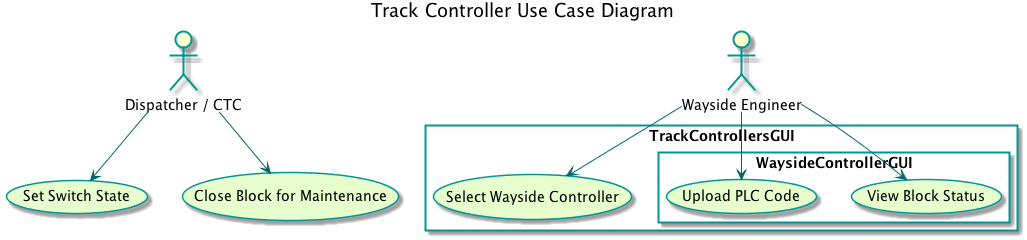
kevingilboy/COE1186 keeps this PlantUML diagram as TrainSystem/yUML/Usecase Diagrams/TrackControllerUseCaseDiagram.png. Above is the earlier version. Source of this version:
```plantuml
@startuml
title Track Controller Use Case Diagram

skinparam usecaseBackgroundColor #e6ffcc
skinparam usecaseBorderColor 	#049595
skinparam actorBorderColor 	#049595
skinparam packageBorderCOlor  #049595
skinparam arrowColor #006666

:Dispatcher / CTC: as d
:Wayside Engineer: as we

rectangle TrackControllersGUI{
	(Select Wayside Controller)
	rectangle WaysideControllerGUI{
		(View Block Status)
		(Upload PLC Code)
	}
}

we --> (Select Wayside Controller)
we --> (View Block Status)
we --> (Upload PLC Code)
d --> (Set Switch State)
d --> (Close Block for Maintenance)

@enduml
```
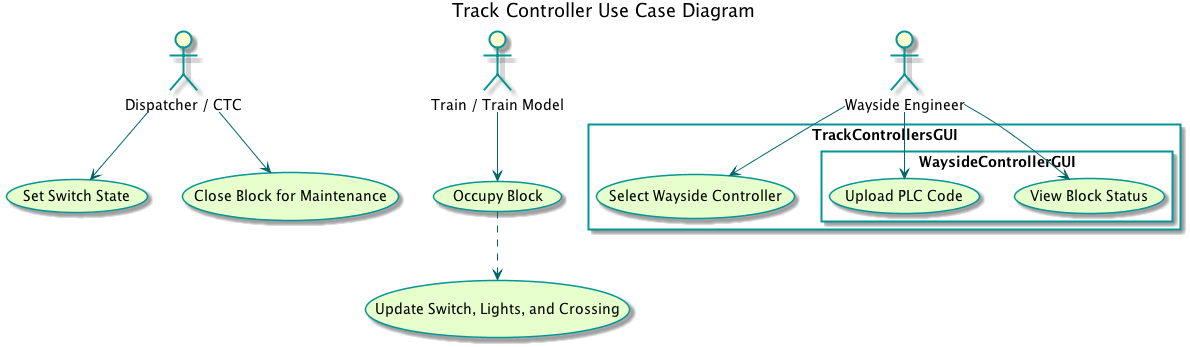
The same file after the commit.

Commit message:
Added Occupancy use case, updated with master

The edit, as a diff of the source:
```diff
@@ -8,6 +8,7 @@
 skinparam arrowColor #006666
 
 :Dispatcher / CTC: as d
+:Train / Train Model: as t
 :Wayside Engineer: as we
 
 rectangle TrackControllersGUI{
@@ -21,6 +22,8 @@
 we --> (Select Wayside Controller)
 we --> (View Block Status)
 we --> (Upload PLC Code)
+t --> (Occupy Block)
+(Occupy Block) ..> (Update Switch, Lights, and Crossing)
 d --> (Set Switch State)
 d --> (Close Block for Maintenance)
 
```
